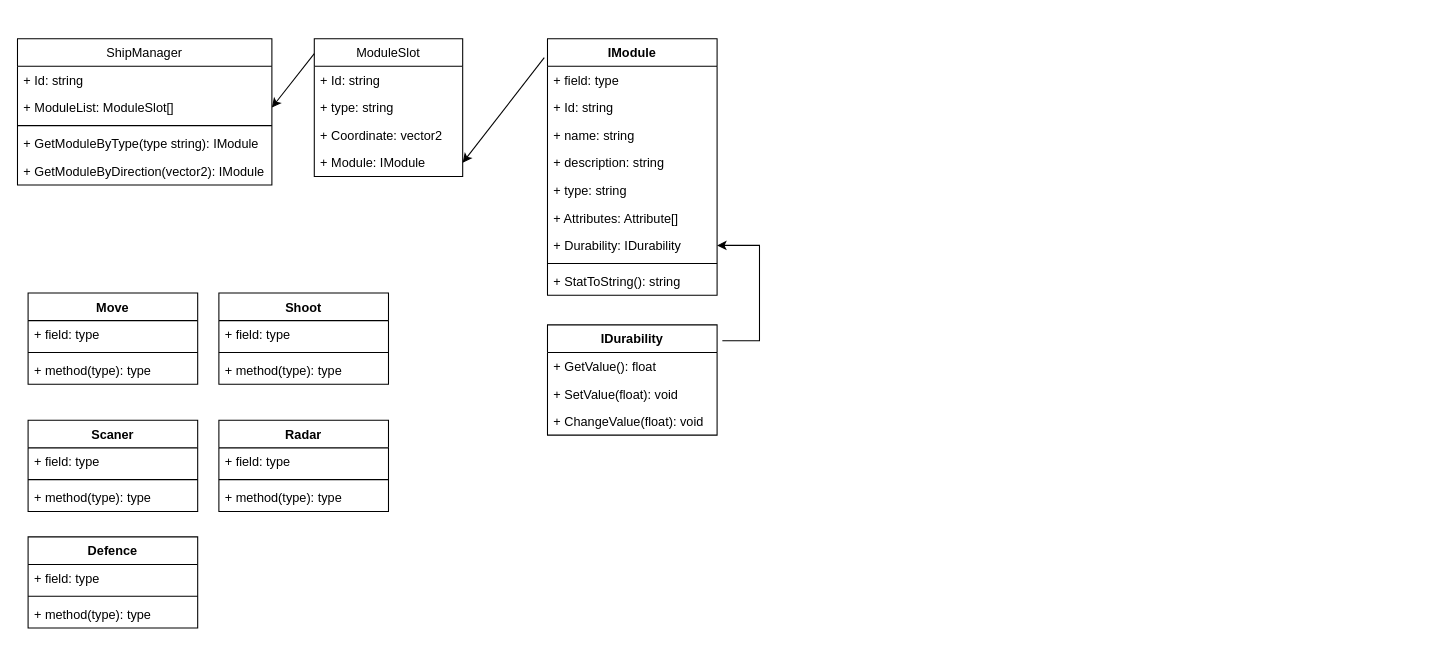
Squeezy93/Meta keeps this draw.io diagram as uml.drawio. Above is the earlier version. Source tidied: cells renumbered, new cells numbered last; positions are measured from the earlier drawing's top-left corner, leaving out a move shared by most shapes. Both pictures are drawn from the tidied source at 106%, with x=0, y=0 at pixel (17, 38).
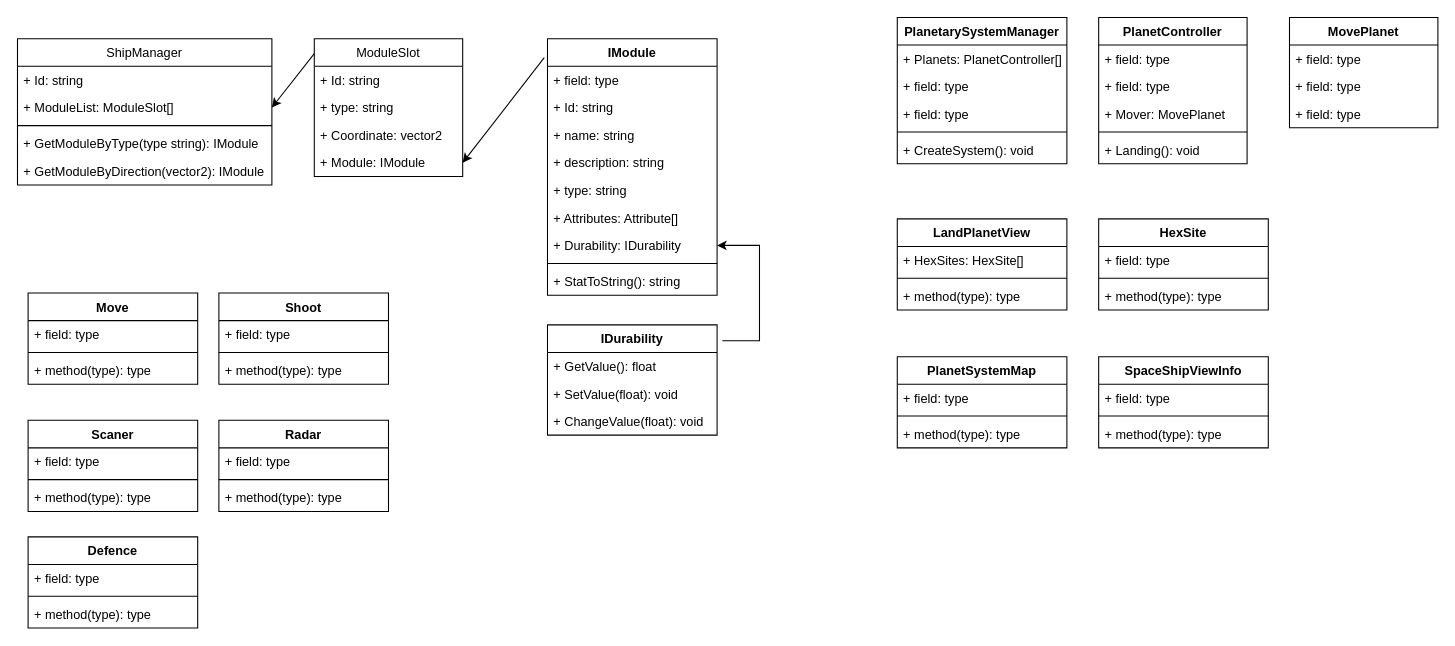
The same diagram, later.

Diff of the diagram source:
```diff
@@
+    <mxCell id="50" value="PlanetarySystemManager" style="swimlane;fontStyle=1;horizontal=1;startSize=26;fillColor=none;" parent="1" vertex="1">
+      <mxGeometry x="830" y="-20" width="160" height="138" as="geometry" />
+    </mxCell>
+    <mxCell id="51" value="+ Planets: PlanetController[]" style="text;strokeColor=none;fillColor=none;align=left;verticalAlign=top;spacingLeft=4;spacingRight=4;overflow=hidden;" parent="50" vertex="1">
+      <mxGeometry y="26" width="160" height="26" as="geometry" />
+    </mxCell>
+    <mxCell id="52" value="+ field: type" style="text;strokeColor=none;fillColor=none;align=left;verticalAlign=top;spacingLeft=4;spacingRight=4;overflow=hidden;" parent="50" vertex="1">
+      <mxGeometry y="52" width="160" height="26" as="geometry" />
+    </mxCell>
+    <mxCell id="53" value="+ field: type" style="text;strokeColor=none;fillColor=none;align=left;verticalAlign=top;spacingLeft=4;spacingRight=4;overflow=hidden;" parent="50" vertex="1">
+      <mxGeometry y="78" width="160" height="26" as="geometry" />
+    </mxCell>
+    <mxCell id="54" style="line;strokeWidth=1;fillColor=none;align=left;verticalAlign=middle;spacingTop=-1;spacingLeft=3;spacingRight=3;labelPosition=right;" parent="50" vertex="1">
+      <mxGeometry y="104" width="160" height="8" as="geometry" />
+    </mxCell>
+    <mxCell id="55" value="+ CreateSystem(): void" style="text;strokeColor=none;fillColor=none;align=left;verticalAlign=top;spacingLeft=4;spacingRight=4;overflow=hidden;" parent="50" vertex="1">
+      <mxGeometry y="112" width="160" height="26" as="geometry" />
+    </mxCell>
+    <mxCell id="56" value="PlanetController" style="swimlane;fontStyle=1;horizontal=1;startSize=26;fillColor=none;" parent="1" vertex="1">
+      <mxGeometry x="1020" y="-20" width="140" height="138" as="geometry" />
+    </mxCell>
+    <mxCell id="57" value="+ field: type" style="text;strokeColor=none;fillColor=none;align=left;verticalAlign=top;spacingLeft=4;spacingRight=4;overflow=hidden;" parent="56" vertex="1">
+      <mxGeometry y="26" width="140" height="26" as="geometry" />
+    </mxCell>
+    <mxCell id="58" value="+ field: type" style="text;strokeColor=none;fillColor=none;align=left;verticalAlign=top;spacingLeft=4;spacingRight=4;overflow=hidden;" parent="56" vertex="1">
+      <mxGeometry y="52" width="140" height="26" as="geometry" />
+    </mxCell>
+    <mxCell id="59" value="+ Mover: MovePlanet" style="text;strokeColor=none;fillColor=none;align=left;verticalAlign=top;spacingLeft=4;spacingRight=4;overflow=hidden;" parent="56" vertex="1">
+      <mxGeometry y="78" width="140" height="26" as="geometry" />
+    </mxCell>
+    <mxCell id="60" style="line;strokeWidth=1;fillColor=none;align=left;verticalAlign=middle;spacingTop=-1;spacingLeft=3;spacingRight=3;labelPosition=right;" parent="56" vertex="1">
+      <mxGeometry y="104" width="140" height="8" as="geometry" />
+    </mxCell>
+    <mxCell id="61" value="+ Landing(): void" style="text;strokeColor=none;fillColor=none;align=left;verticalAlign=top;spacingLeft=4;spacingRight=4;overflow=hidden;" parent="56" vertex="1">
+      <mxGeometry y="112" width="140" height="26" as="geometry" />
+    </mxCell>
+    <mxCell id="62" value="MovePlanet" style="swimlane;fontStyle=1;horizontal=1;startSize=26;fillColor=none;" parent="1" vertex="1">
+      <mxGeometry x="1200" y="-20" width="140" height="104" as="geometry" />
+    </mxCell>
+    <mxCell id="63" value="+ field: type" style="text;strokeColor=none;fillColor=none;align=left;verticalAlign=top;spacingLeft=4;spacingRight=4;overflow=hidden;" parent="62" vertex="1">
+      <mxGeometry y="26" width="140" height="26" as="geometry" />
+    </mxCell>
+    <mxCell id="64" value="+ field: type" style="text;strokeColor=none;fillColor=none;align=left;verticalAlign=top;spacingLeft=4;spacingRight=4;overflow=hidden;" parent="62" vertex="1">
+      <mxGeometry y="52" width="140" height="26" as="geometry" />
+    </mxCell>
+    <mxCell id="65" value="+ field: type" style="text;strokeColor=none;fillColor=none;align=left;verticalAlign=top;spacingLeft=4;spacingRight=4;overflow=hidden;" parent="62" vertex="1">
+      <mxGeometry y="78" width="140" height="26" as="geometry" />
+    </mxCell>
+    <mxCell id="66" value="LandPlanetView" style="swimlane;fontStyle=1;align=center;verticalAlign=top;horizontal=1;startSize=26;" parent="1" vertex="1">
+      <mxGeometry x="830" y="170" width="160" height="86" as="geometry" />
+    </mxCell>
+    <mxCell id="67" value="+ HexSites: HexSite[]" style="text;strokeColor=none;fillColor=none;align=left;verticalAlign=top;spacingLeft=4;spacingRight=4;overflow=hidden;" parent="66" vertex="1">
+      <mxGeometry y="26" width="160" height="26" as="geometry" />
+    </mxCell>
+    <mxCell id="68" style="line;strokeWidth=1;fillColor=none;align=left;verticalAlign=middle;spacingTop=-1;spacingLeft=3;spacingRight=3;labelPosition=right;" parent="66" vertex="1">
+      <mxGeometry y="52" width="160" height="8" as="geometry" />
+    </mxCell>
+    <mxCell id="69" value="+ method(type): type" style="text;strokeColor=none;fillColor=none;align=left;verticalAlign=top;spacingLeft=4;spacingRight=4;overflow=hidden;" parent="66" vertex="1">
+      <mxGeometry y="60" width="160" height="26" as="geometry" />
+    </mxCell>
+    <mxCell id="70" value="HexSite" style="swimlane;fontStyle=1;align=center;verticalAlign=top;horizontal=1;startSize=26;" parent="1" vertex="1">
+      <mxGeometry x="1020" y="170" width="160" height="86" as="geometry" />
+    </mxCell>
+    <mxCell id="71" value="+ field: type" style="text;strokeColor=none;fillColor=none;align=left;verticalAlign=top;spacingLeft=4;spacingRight=4;overflow=hidden;" parent="70" vertex="1">
+      <mxGeometry y="26" width="160" height="26" as="geometry" />
+    </mxCell>
+    <mxCell id="72" style="line;strokeWidth=1;fillColor=none;align=left;verticalAlign=middle;spacingTop=-1;spacingLeft=3;spacingRight=3;labelPosition=right;" parent="70" vertex="1">
+      <mxGeometry y="52" width="160" height="8" as="geometry" />
+    </mxCell>
+    <mxCell id="73" value="+ method(type): type" style="text;strokeColor=none;fillColor=none;align=left;verticalAlign=top;spacingLeft=4;spacingRight=4;overflow=hidden;" parent="70" vertex="1">
+      <mxGeometry y="60" width="160" height="26" as="geometry" />
+    </mxCell>
+    <mxCell id="74" value="PlanetSystemMap" style="swimlane;fontStyle=1;align=center;verticalAlign=top;horizontal=1;startSize=26;" parent="1" vertex="1">
+      <mxGeometry x="830" y="300" width="160" height="86" as="geometry" />
+    </mxCell>
+    <mxCell id="75" value="+ field: type" style="text;strokeColor=none;fillColor=none;align=left;verticalAlign=top;spacingLeft=4;spacingRight=4;overflow=hidden;" parent="74" vertex="1">
+      <mxGeometry y="26" width="160" height="26" as="geometry" />
+    </mxCell>
+    <mxCell id="76" style="line;strokeWidth=1;fillColor=none;align=left;verticalAlign=middle;spacingTop=-1;spacingLeft=3;spacingRight=3;labelPosition=right;" parent="74" vertex="1">
+      <mxGeometry y="52" width="160" height="8" as="geometry" />
+    </mxCell>
+    <mxCell id="77" value="+ method(type): type" style="text;strokeColor=none;fillColor=none;align=left;verticalAlign=top;spacingLeft=4;spacingRight=4;overflow=hidden;" parent="74" vertex="1">
+      <mxGeometry y="60" width="160" height="26" as="geometry" />
+    </mxCell>
+    <mxCell id="78" value="SpaceShipViewInfo" style="swimlane;fontStyle=1;align=center;verticalAlign=top;horizontal=1;startSize=26;" parent="1" vertex="1">
+      <mxGeometry x="1020" y="300" width="160" height="86" as="geometry" />
+    </mxCell>
+    <mxCell id="79" value="+ field: type" style="text;strokeColor=none;fillColor=none;align=left;verticalAlign=top;spacingLeft=4;spacingRight=4;overflow=hidden;" parent="78" vertex="1">
+      <mxGeometry y="26" width="160" height="26" as="geometry" />
+    </mxCell>
+    <mxCell id="80" style="line;strokeWidth=1;fillColor=none;align=left;verticalAlign=middle;spacingTop=-1;spacingLeft=3;spacingRight=3;labelPosition=right;" parent="78" vertex="1">
+      <mxGeometry y="52" width="160" height="8" as="geometry" />
+    </mxCell>
+    <mxCell id="81" value="+ method(type): type" style="text;strokeColor=none;fillColor=none;align=left;verticalAlign=top;spacingLeft=4;spacingRight=4;overflow=hidden;" parent="78" vertex="1">
+      <mxGeometry y="60" width="160" height="26" as="geometry" />
+    </mxCell>
```
